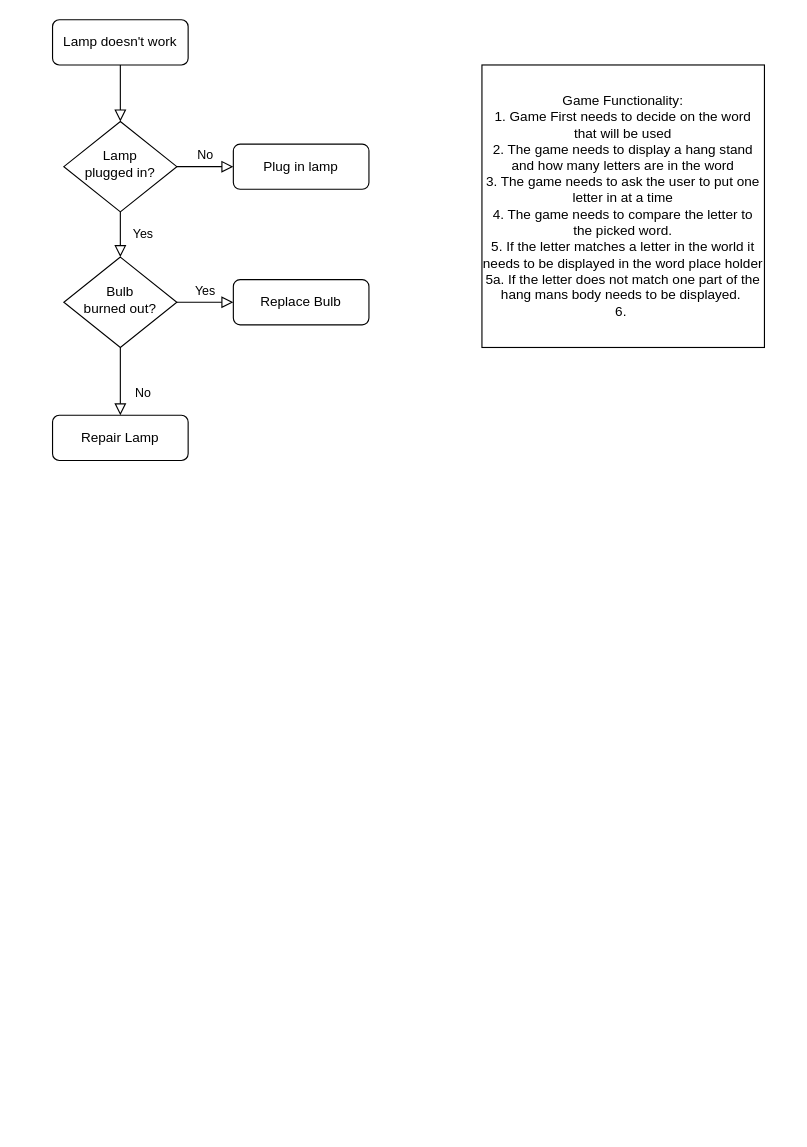
This is Untitled Diagram.drawio from arob191/PythonProjects, a draw.io file, before an edit. Source tidied: cells renumbered, new cells numbered last; positions are measured from the earlier drawing's top-left corner, leaving out a move shared by most shapes. Both pictures are drawn from the tidied source at 113%, with x=0, y=0 at pixel (52, 19).
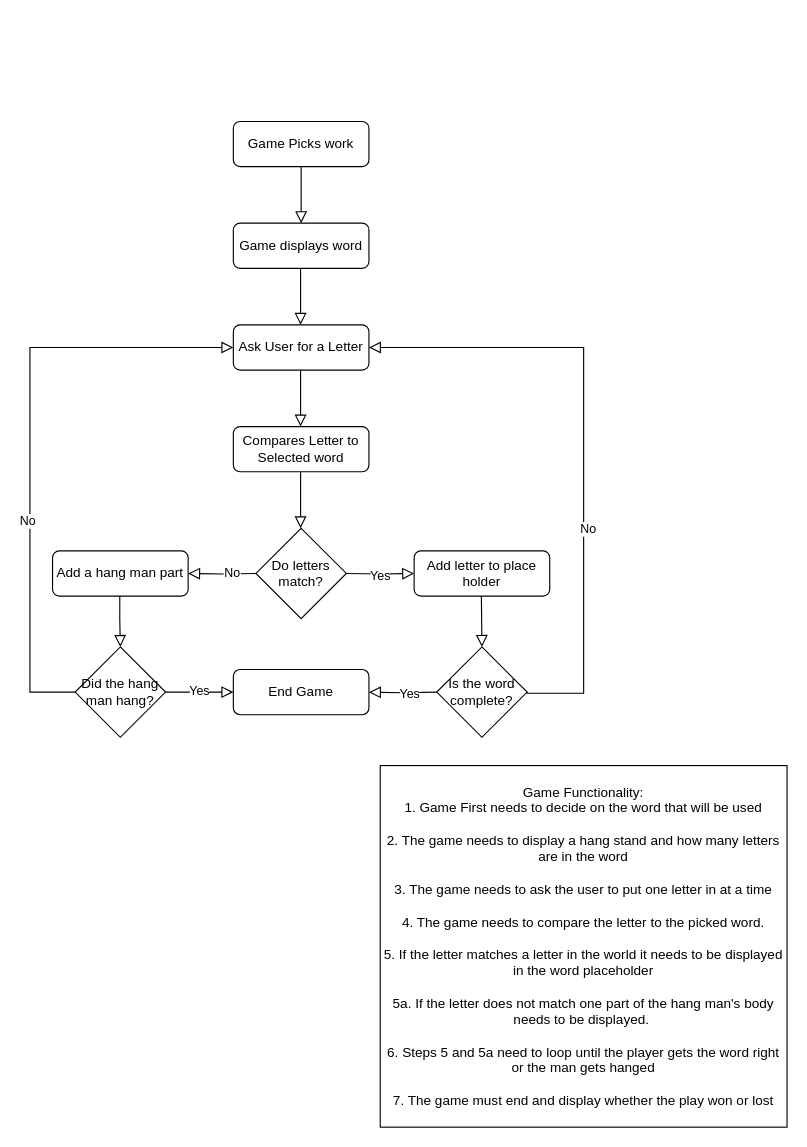
After the change.

Commit message (it also covers changes not shown here):
Hangman Flow Chart

The edit, as a diff of the source:
```diff
@@
-    <mxCell id="2" style="rounded=0;html=1;jettySize=auto;fontSize=11;endArrow=block;endFill=0;endSize=8;strokeWidth=1;shadow=0;labelBackgroundColor=none;edgeStyle=orthogonalEdgeStyle;" parent="1" edge="1" source="3" target="6">
-      <mxGeometry relative="1" as="geometry" />
+    <mxCell id="2" style="rounded=0;html=1;jettySize=auto;fontSize=11;endArrow=block;endFill=0;endSize=8;strokeWidth=1;shadow=0;labelBackgroundColor=none;edgeStyle=orthogonalEdgeStyle;" parent="1" edge="1" source="3">
+      <mxGeometry relative="1" as="geometry">
+        <mxPoint x="220" y="180" as="targetPoint" />
+      </mxGeometry>
     </mxCell>
-    <mxCell id="3" value="Lamp doesn't work" style="rounded=1;whiteSpace=wrap;html=1;fontSize=12;glass=0;strokeWidth=1;shadow=0;" parent="1" vertex="1">
-      <mxGeometry width="120" height="40" as="geometry" />
+    <mxCell id="3" value="Game Picks work" style="rounded=1;whiteSpace=wrap;html=1;fontSize=12;glass=0;strokeWidth=1;shadow=0;" parent="1" vertex="1">
+      <mxGeometry x="160" y="90" width="120" height="40" as="geometry" />
     </mxCell>
-    <mxCell id="4" value="Yes" style="rounded=0;html=1;jettySize=auto;fontSize=11;endArrow=block;endFill=0;endSize=8;strokeWidth=1;shadow=0;labelBackgroundColor=none;edgeStyle=orthogonalEdgeStyle;" parent="1" edge="1" source="6" target="10">
-      <mxGeometry y="20" relative="1" as="geometry" />
-    </mxCell>
-    <mxCell id="5" value="No" style="edgeStyle=orthogonalEdgeStyle;rounded=0;html=1;jettySize=auto;fontSize=11;endArrow=block;endFill=0;endSize=8;strokeWidth=1;shadow=0;labelBackgroundColor=none;" parent="1" edge="1" source="6" target="7">
-      <mxGeometry y="10" relative="1" as="geometry" />
-    </mxCell>
-    <mxCell id="6" value="Lamp&lt;br&gt;plugged in?" style="rhombus;whiteSpace=wrap;html=1;shadow=0;fontFamily=Helvetica;fontSize=12;align=center;strokeWidth=1;spacing=6;spacingTop=-4;" parent="1" vertex="1">
-      <mxGeometry x="10" y="90" width="100" height="80" as="geometry" />
-    </mxCell>
-    <mxCell id="7" value="Plug in lamp" style="rounded=1;whiteSpace=wrap;html=1;fontSize=12;glass=0;strokeWidth=1;shadow=0;" parent="1" vertex="1">
-      <mxGeometry x="160" y="110" width="120" height="40" as="geometry" />
-    </mxCell>
-    <mxCell id="8" value="No" style="rounded=0;html=1;jettySize=auto;fontSize=11;endArrow=block;endFill=0;endSize=8;strokeWidth=1;shadow=0;labelBackgroundColor=none;edgeStyle=orthogonalEdgeStyle;" parent="1" edge="1" source="10" target="11">
-      <mxGeometry x="0.33" y="20" relative="1" as="geometry" />
-    </mxCell>
-    <mxCell id="9" value="Yes" style="edgeStyle=orthogonalEdgeStyle;rounded=0;html=1;jettySize=auto;fontSize=11;endArrow=block;endFill=0;endSize=8;strokeWidth=1;shadow=0;labelBackgroundColor=none;" parent="1" edge="1" source="10" target="12">
-      <mxGeometry y="10" relative="1" as="geometry" />
-    </mxCell>
-    <mxCell id="10" value="Bulb&lt;br&gt;burned out?" style="rhombus;whiteSpace=wrap;html=1;shadow=0;fontFamily=Helvetica;fontSize=12;align=center;strokeWidth=1;spacing=6;spacingTop=-4;" parent="1" vertex="1">
-      <mxGeometry x="10" y="210" width="100" height="80" as="geometry" />
-    </mxCell>
-    <mxCell id="11" value="Repair Lamp" style="rounded=1;whiteSpace=wrap;html=1;fontSize=12;glass=0;strokeWidth=1;shadow=0;" parent="1" vertex="1">
-      <mxGeometry y="350" width="120" height="40" as="geometry" />
-    </mxCell>
-    <mxCell id="12" value="Replace Bulb" style="rounded=1;whiteSpace=wrap;html=1;fontSize=12;glass=0;strokeWidth=1;shadow=0;" parent="1" vertex="1">
-      <mxGeometry x="160" y="230" width="120" height="40" as="geometry" />
+    <mxCell id="12" value="Ask User for a Letter" style="rounded=1;whiteSpace=wrap;html=1;fontSize=12;glass=0;strokeWidth=1;shadow=0;" parent="1" vertex="1">
+      <mxGeometry x="160" y="270" width="120" height="40" as="geometry" />
     </mxCell>
-    <mxCell id="13" value="Game Functionality:&lt;br&gt;1. Game First needs to decide on the word that will be used&lt;br&gt;2. The game needs to display a hang stand and how many letters are in the word&lt;br&gt;3. The game needs to ask the user to put one letter in at a time&lt;br&gt;4. The game needs to compare the letter to the picked word.&lt;br&gt;5. If the letter matches a letter in the world it needs to be displayed in the word place holder&lt;br&gt;5a. If the letter does not match one part of the hang mans body needs to be displayed.&amp;nbsp;&lt;br&gt;6.&amp;nbsp;" style="whiteSpace=wrap;html=1;" parent="1" vertex="1">
-      <mxGeometry x="380" y="40" width="250" height="250" as="geometry" />
+    <mxCell id="13" value="Game Functionality:&lt;br&gt;1. Game First needs to decide on the word that will be used&lt;br&gt;&lt;br&gt;2. The game needs to display a hang stand and how many letters are in the word&lt;br&gt;&lt;br&gt;3. The game needs to ask the user to put one letter in at a time&lt;br&gt;&lt;br&gt;4. The game needs to compare the letter to the picked word.&lt;br&gt;&lt;br&gt;5. If the letter matches a letter in the world it needs to be displayed in the word placeholder&lt;br&gt;&lt;br&gt;5a. If the letter does not match one part of the hang man's body needs to be displayed.&amp;nbsp;&lt;br&gt;&lt;br&gt;6. Steps 5 and 5a need to loop until the player gets the word right or the man gets hanged&lt;br&gt;&lt;br&gt;7. The game must end and display whether the play won or lost" style="whiteSpace=wrap;html=1;" parent="1" vertex="1">
+      <mxGeometry x="290" y="660" width="360" height="320" as="geometry" />
     </mxCell>
+    <mxCell id="14" value="Game displays word" style="rounded=1;whiteSpace=wrap;html=1;fontSize=12;glass=0;strokeWidth=1;shadow=0;" parent="1" vertex="1">
+      <mxGeometry x="160" y="180" width="120" height="40" as="geometry" />
+    </mxCell>
+    <mxCell id="15" style="rounded=0;html=1;jettySize=auto;orthogonalLoop=1;fontSize=11;endArrow=block;endFill=0;endSize=8;strokeWidth=1;shadow=0;labelBackgroundColor=none;edgeStyle=orthogonalEdgeStyle;" parent="1" edge="1">
+      <mxGeometry relative="1" as="geometry">
+        <mxPoint x="219.5" y="220" as="sourcePoint" />
+        <mxPoint x="219.5" y="270" as="targetPoint" />
+      </mxGeometry>
+    </mxCell>
+    <mxCell id="16" style="rounded=0;html=1;jettySize=auto;orthogonalLoop=1;fontSize=11;endArrow=block;endFill=0;endSize=8;strokeWidth=1;shadow=0;labelBackgroundColor=none;edgeStyle=orthogonalEdgeStyle;" parent="1" edge="1">
+      <mxGeometry relative="1" as="geometry">
+        <mxPoint x="219.5" y="310" as="sourcePoint" />
+        <mxPoint x="219.5" y="360" as="targetPoint" />
+      </mxGeometry>
+    </mxCell>
+    <mxCell id="17" value="Compares Letter to Selected word" style="rounded=1;whiteSpace=wrap;html=1;fontSize=12;glass=0;strokeWidth=1;shadow=0;" parent="1" vertex="1">
+      <mxGeometry x="160" y="360" width="120" height="40" as="geometry" />
+    </mxCell>
+    <mxCell id="18" style="rounded=0;html=1;jettySize=auto;orthogonalLoop=1;fontSize=11;endArrow=block;endFill=0;endSize=8;strokeWidth=1;shadow=0;labelBackgroundColor=none;edgeStyle=orthogonalEdgeStyle;" parent="1" edge="1">
+      <mxGeometry relative="1" as="geometry">
+        <mxPoint x="219.5" y="400" as="sourcePoint" />
+        <mxPoint x="219.5" y="450" as="targetPoint" />
+      </mxGeometry>
+    </mxCell>
+    <mxCell id="19" value="Do letters match?" style="rhombus;whiteSpace=wrap;html=1;" parent="1" vertex="1">
+      <mxGeometry x="180" y="450" width="80" height="80" as="geometry" />
+    </mxCell>
+    <mxCell id="20" style="rounded=0;html=1;jettySize=auto;fontSize=11;endArrow=block;endFill=0;endSize=8;strokeWidth=1;shadow=0;labelBackgroundColor=none;edgeStyle=orthogonalEdgeStyle;" parent="1" edge="1" target="25">
+      <mxGeometry relative="1" as="geometry">
+        <mxPoint x="180" y="490" as="sourcePoint" />
+      </mxGeometry>
+    </mxCell>
+    <mxCell id="21" value="No" style="edgeLabel;html=1;align=center;verticalAlign=middle;" parent="20" vertex="1">
+      <mxGeometry x="-0.31" y="-1" relative="1" as="geometry" />
+    </mxCell>
+    <mxCell id="22" style="rounded=0;html=1;jettySize=auto;fontSize=11;endArrow=block;endFill=0;endSize=8;strokeWidth=1;shadow=0;labelBackgroundColor=none;edgeStyle=orthogonalEdgeStyle;entryX=0;entryY=0.5;entryDx=0;entryDy=0;" parent="1" edge="1" target="24">
+      <mxGeometry relative="1" as="geometry">
+        <mxPoint x="260" y="490" as="sourcePoint" />
+      </mxGeometry>
+    </mxCell>
+    <mxCell id="23" value="Yes" style="edgeLabel;html=1;align=center;verticalAlign=middle;" parent="22" vertex="1">
+      <mxGeometry y="-1" relative="1" as="geometry" />
+    </mxCell>
+    <mxCell id="24" value="Add letter to place holder" style="rounded=1;whiteSpace=wrap;html=1;fontSize=12;glass=0;strokeWidth=1;shadow=0;" parent="1" vertex="1">
+      <mxGeometry x="320" y="470" width="120" height="40" as="geometry" />
+    </mxCell>
+    <mxCell id="25" value="Add a hang man part" style="rounded=1;whiteSpace=wrap;html=1;fontSize=12;glass=0;strokeWidth=1;shadow=0;" parent="1" vertex="1">
+      <mxGeometry y="470" width="120" height="40" as="geometry" />
+    </mxCell>
+    <mxCell id="26" style="rounded=0;html=1;jettySize=auto;fontSize=11;endArrow=block;endFill=0;endSize=8;strokeWidth=1;shadow=0;labelBackgroundColor=none;edgeStyle=orthogonalEdgeStyle;entryX=0.5;entryY=0;entryDx=0;entryDy=0;" parent="1" edge="1" target="28">
+      <mxGeometry relative="1" as="geometry">
+        <mxPoint x="59.5" y="510" as="sourcePoint" />
+        <Array as="points">
+          <mxPoint x="60" y="530" />
+          <mxPoint x="60" y="530" />
+        </Array>
+      </mxGeometry>
+    </mxCell>
+    <mxCell id="27" style="rounded=0;html=1;jettySize=auto;fontSize=11;endArrow=block;endFill=0;endSize=8;strokeWidth=1;shadow=0;labelBackgroundColor=none;edgeStyle=orthogonalEdgeStyle;entryX=0.5;entryY=0;entryDx=0;entryDy=0;" parent="1" edge="1" target="29">
+      <mxGeometry relative="1" as="geometry">
+        <mxPoint x="379.5" y="510" as="sourcePoint" />
+      </mxGeometry>
+    </mxCell>
+    <mxCell id="28" value="Did the hang man hang?" style="rhombus;whiteSpace=wrap;html=1;" parent="1" vertex="1">
+      <mxGeometry x="20" y="555" width="80" height="80" as="geometry" />
+    </mxCell>
+    <mxCell id="29" value="Is the word complete?" style="rhombus;whiteSpace=wrap;html=1;" parent="1" vertex="1">
+      <mxGeometry x="340" y="555" width="80" height="80" as="geometry" />
+    </mxCell>
+    <mxCell id="30" value="End Game" style="rounded=1;whiteSpace=wrap;html=1;fontSize=12;glass=0;strokeWidth=1;shadow=0;" parent="1" vertex="1">
+      <mxGeometry x="160" y="575" width="120" height="40" as="geometry" />
+    </mxCell>
+    <mxCell id="31" style="rounded=0;html=1;jettySize=auto;fontSize=11;endArrow=block;endFill=0;endSize=8;strokeWidth=1;shadow=0;labelBackgroundColor=none;edgeStyle=orthogonalEdgeStyle;entryX=0;entryY=0.5;entryDx=0;entryDy=0;" parent="1" edge="1" target="12">
+      <mxGeometry relative="1" as="geometry">
+        <mxPoint x="20" y="595" as="sourcePoint" />
+        <Array as="points">
+          <mxPoint x="-20" y="595" />
+          <mxPoint x="-20" y="290" />
+        </Array>
+      </mxGeometry>
+    </mxCell>
+    <mxCell id="32" value="No" style="edgeLabel;html=1;align=center;verticalAlign=middle;" parent="31" vertex="1">
+      <mxGeometry x="-0.27" y="3" relative="1" as="geometry" />
+    </mxCell>
+    <mxCell id="33" style="rounded=0;html=1;jettySize=auto;fontSize=11;endArrow=block;endFill=0;endSize=8;strokeWidth=1;shadow=0;labelBackgroundColor=none;edgeStyle=orthogonalEdgeStyle;entryX=0;entryY=0.5;entryDx=0;entryDy=0;" parent="1" edge="1" target="30">
+      <mxGeometry relative="1" as="geometry">
+        <mxPoint x="100" y="595" as="sourcePoint" />
+        <Array as="points">
+          <mxPoint x="160" y="595" />
+        </Array>
+      </mxGeometry>
+    </mxCell>
+    <mxCell id="34" value="Yes" style="edgeLabel;html=1;align=center;verticalAlign=middle;" parent="33" vertex="1">
+      <mxGeometry x="-0.03" y="2" relative="1" as="geometry" />
+    </mxCell>
+    <mxCell id="35" style="rounded=0;html=1;jettySize=auto;fontSize=11;endArrow=block;endFill=0;endSize=8;strokeWidth=1;shadow=0;labelBackgroundColor=none;edgeStyle=orthogonalEdgeStyle;entryX=1;entryY=0.5;entryDx=0;entryDy=0;" parent="1" edge="1" target="30">
+      <mxGeometry relative="1" as="geometry">
+        <mxPoint x="340" y="595" as="sourcePoint" />
+      </mxGeometry>
+    </mxCell>
+    <mxCell id="36" value="Yes" style="edgeLabel;html=1;align=center;verticalAlign=middle;" parent="35" vertex="1">
+      <mxGeometry x="-0.17" y="1" relative="1" as="geometry" />
+    </mxCell>
+    <mxCell id="37" style="rounded=0;html=1;jettySize=auto;fontSize=11;endArrow=block;endFill=0;endSize=8;strokeWidth=1;shadow=0;labelBackgroundColor=none;edgeStyle=orthogonalEdgeStyle;entryX=1;entryY=0.5;entryDx=0;entryDy=0;" parent="1" edge="1" target="12">
+      <mxGeometry relative="1" as="geometry">
+        <mxPoint x="420" y="595" as="sourcePoint" />
+        <Array as="points">
+          <mxPoint x="420" y="596" />
+          <mxPoint x="470" y="596" />
+          <mxPoint x="470" y="290" />
+        </Array>
+      </mxGeometry>
+    </mxCell>
+    <mxCell id="38" value="No" style="edgeLabel;html=1;align=center;verticalAlign=middle;" parent="37" vertex="1">
+      <mxGeometry x="-0.28" y="-3" relative="1" as="geometry" />
+    </mxCell>
```
